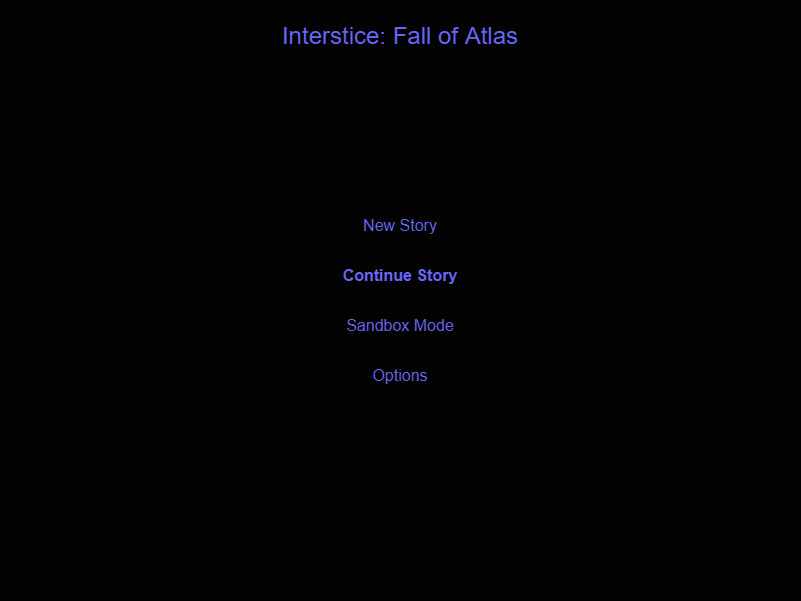
gaudeon/interstice_fall_of_atlas keeps this draw.io diagram as docs/images/main_menu_after_first_completion_wireframe.png. Above is the earlier version. Source tidied: cells renumbered, new cells last; positions are measured from the earlier drawing's top-left corner, leaving out a move shared by most shapes. Source of this version:
```xml
<mxGraphModel>
  <root>
    <mxCell id="0" />
    <mxCell id="1" parent="0" />
    <mxCell id="2" style="whiteSpace=wrap;html=1;fillColor=#030303;" parent="1" vertex="1">
      <mxGeometry width="800" height="600" as="geometry" />
    </mxCell>
    <mxCell id="3" value="&lt;font color=&quot;#6666ff&quot; style=&quot;font-size: 24px&quot;&gt;Interstice: Fall of Atlas&lt;/font&gt;" style="text;html=1;align=center;verticalAlign=middle;whiteSpace=wrap;rounded=0;" parent="1" vertex="1">
      <mxGeometry x="5" y="10" width="790" height="50" as="geometry" />
    </mxCell>
    <mxCell id="4" value="&lt;font color=&quot;#6666ff&quot; style=&quot;font-size: 16px&quot;&gt;&lt;b&gt;Continue Story&lt;/b&gt;&lt;/font&gt;" style="text;html=1;align=center;verticalAlign=middle;whiteSpace=wrap;rounded=0;" parent="1" vertex="1">
      <mxGeometry x="5" y="250" width="790" height="50" as="geometry" />
    </mxCell>
    <mxCell id="5" value="&lt;font color=&quot;#6666ff&quot; style=&quot;font-size: 16px&quot;&gt;Sandbox Mode&lt;/font&gt;" style="text;html=1;align=center;verticalAlign=middle;whiteSpace=wrap;rounded=0;" parent="1" vertex="1">
      <mxGeometry x="5" y="300" width="790" height="50" as="geometry" />
    </mxCell>
    <mxCell id="6" value="&lt;font color=&quot;#6666ff&quot; style=&quot;font-size: 16px&quot;&gt;New Story&lt;/font&gt;" style="text;html=1;align=center;verticalAlign=middle;whiteSpace=wrap;rounded=0;" parent="1" vertex="1">
      <mxGeometry x="5" y="200" width="790" height="50" as="geometry" />
    </mxCell>
    <mxCell id="7" value="&lt;font color=&quot;#6666ff&quot; style=&quot;font-size: 16px&quot;&gt;Options&lt;/font&gt;" style="text;html=1;align=center;verticalAlign=middle;whiteSpace=wrap;rounded=0;" parent="1" vertex="1">
      <mxGeometry x="5" y="350" width="790" height="50" as="geometry" />
    </mxCell>
  </root>
</mxGraphModel>
```
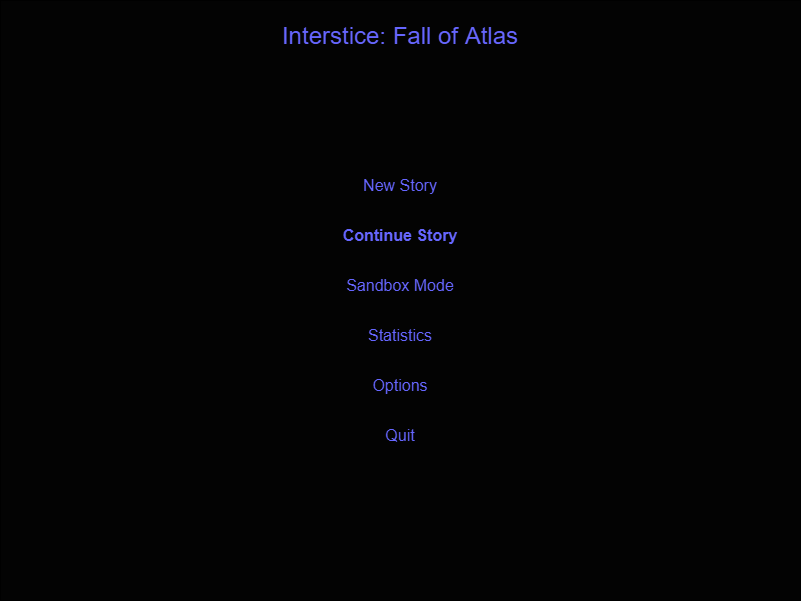
The same file after the commit.

Commit message:
updated main menu wireframes to include missing items

The edit, as a diff of the source:
```diff
@@ -3,10 +3,10 @@
     <mxCell id="0" />
     <mxCell id="1" parent="0" />
     <mxCell id="2" style="whiteSpace=wrap;html=1;fillColor=#030303;" parent="1" vertex="1">
-      <mxGeometry width="800" height="600" as="geometry" />
+      <mxGeometry y="40" width="800" height="600" as="geometry" />
     </mxCell>
     <mxCell id="3" value="&lt;font color=&quot;#6666ff&quot; style=&quot;font-size: 24px&quot;&gt;Interstice: Fall of Atlas&lt;/font&gt;" style="text;html=1;align=center;verticalAlign=middle;whiteSpace=wrap;rounded=0;" parent="1" vertex="1">
-      <mxGeometry x="5" y="10" width="790" height="50" as="geometry" />
+      <mxGeometry x="5" y="50" width="790" height="50" as="geometry" />
     </mxCell>
     <mxCell id="4" value="&lt;font color=&quot;#6666ff&quot; style=&quot;font-size: 16px&quot;&gt;&lt;b&gt;Continue Story&lt;/b&gt;&lt;/font&gt;" style="text;html=1;align=center;verticalAlign=middle;whiteSpace=wrap;rounded=0;" parent="1" vertex="1">
       <mxGeometry x="5" y="250" width="790" height="50" as="geometry" />
@@ -17,8 +17,14 @@
     <mxCell id="6" value="&lt;font color=&quot;#6666ff&quot; style=&quot;font-size: 16px&quot;&gt;New Story&lt;/font&gt;" style="text;html=1;align=center;verticalAlign=middle;whiteSpace=wrap;rounded=0;" parent="1" vertex="1">
       <mxGeometry x="5" y="200" width="790" height="50" as="geometry" />
     </mxCell>
-    <mxCell id="7" value="&lt;font color=&quot;#6666ff&quot; style=&quot;font-size: 16px&quot;&gt;Options&lt;/font&gt;" style="text;html=1;align=center;verticalAlign=middle;whiteSpace=wrap;rounded=0;" parent="1" vertex="1">
+    <mxCell id="7" value="&lt;font color=&quot;#6666ff&quot; style=&quot;font-size: 16px&quot;&gt;Statistics&lt;/font&gt;" style="text;html=1;align=center;verticalAlign=middle;whiteSpace=wrap;rounded=0;" parent="1" vertex="1">
       <mxGeometry x="5" y="350" width="790" height="50" as="geometry" />
     </mxCell>
+    <mxCell id="8" value="&lt;font color=&quot;#6666ff&quot; style=&quot;font-size: 16px&quot;&gt;Options&lt;/font&gt;" style="text;html=1;align=center;verticalAlign=middle;whiteSpace=wrap;rounded=0;" parent="1" vertex="1">
+      <mxGeometry x="5" y="400" width="790" height="50" as="geometry" />
+    </mxCell>
+    <mxCell id="9" value="&lt;font color=&quot;#6666ff&quot; style=&quot;font-size: 16px&quot;&gt;Quit&lt;/font&gt;" style="text;html=1;align=center;verticalAlign=middle;whiteSpace=wrap;rounded=0;" parent="1" vertex="1">
+      <mxGeometry x="5" y="450" width="790" height="50" as="geometry" />
+    </mxCell>
   </root>
 </mxGraphModel>
```
